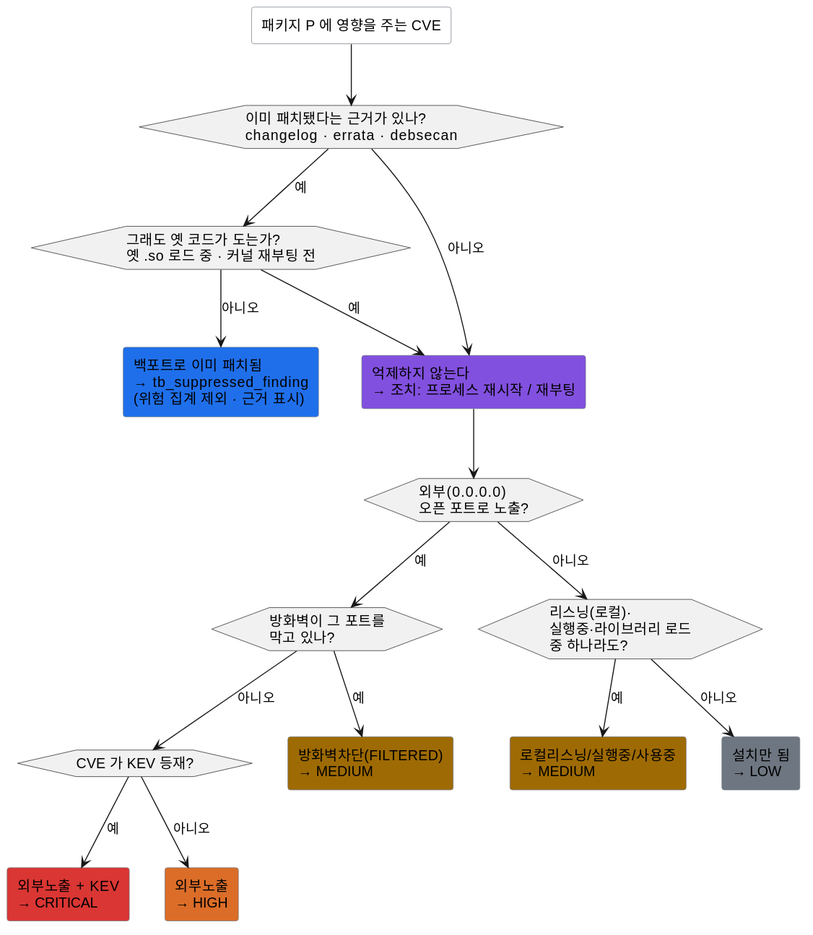
Before: docs/specs/diagrams/매처판정로직.svg, a diagram exported from PlantUML (JeongDoWook/vuln-agent).
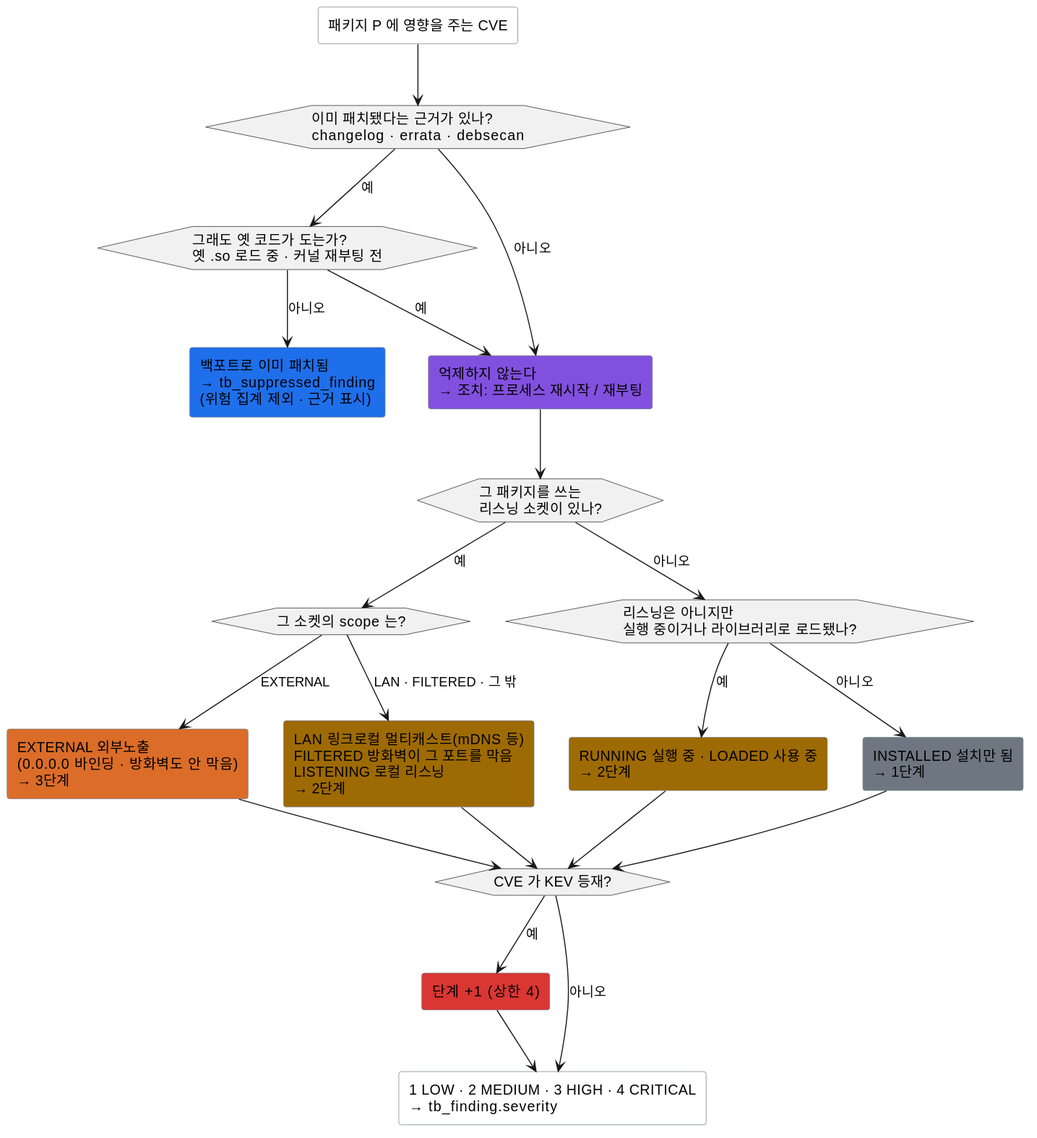
Above is the later version.

What changed in the source:
```diff
@@ -11,28 +11,38 @@
 hexagon "그래도 옛 코드가 도는가?\n옛 .so 로드 중 · 커널 재부팅 전" as STALE
 rectangle "억제하지 않는다\n→ 조치: 프로세스 재시작 / 재부팅" as KEEP #8250df
 rectangle "백포트로 이미 패치됨\n→ tb_suppressed_finding\n(위험 집계 제외 · 근거 표시)" as SUP #1f6feb
-hexagon "외부(0.0.0.0)\n오픈 포트로 노출?" as EXT
-hexagon "방화벽이 그 포트를\n막고 있나?" as FW
+
+hexagon "그 패키지를 쓰는\n리스닝 소켓이 있나?" as LE
+hexagon "그 소켓의 scope 는?" as SCOPE
+rectangle "EXTERNAL 외부노출\n(0.0.0.0 바인딩 · 방화벽도 안 막음)\n→ 3단계" as S3 #db6d28
+rectangle "LAN 링크로컬 멀티캐스트(mDNS 등)\nFILTERED 방화벽이 그 포트를 막음\nLISTENING 로컬 리스닝\n→ 2단계" as S2 #9e6a03
+hexagon "리스닝은 아니지만\n실행 중이거나 라이브러리로 로드됐나?" as USE
+rectangle "RUNNING 실행 중 · LOADED 사용 중\n→ 2단계" as S2B #9e6a03
+rectangle "INSTALLED 설치만 됨\n→ 1단계" as S1 #6e7681
+
 hexagon "CVE 가 KEV 등재?" as KEV
-rectangle "외부노출 + KEV\n→ CRITICAL" as CRIT #da3633
-rectangle "외부노출\n→ HIGH" as HIGH #db6d28
-rectangle "방화벽차단(FILTERED)\n→ MEDIUM" as FLT #9e6a03
-hexagon "리스닝(로컬)·\n실행중·라이브러리 로드\n중 하나라도?" as USE
-rectangle "로컬리스닝/실행중/사용중\n→ MEDIUM" as MED #9e6a03
-rectangle "설치만 됨\n→ LOW" as INS #6e7681
+rectangle "단계 +1 (상한 4)" as BUMP #da3633
+rectangle "1 LOW · 2 MEDIUM · 3 HIGH · 4 CRITICAL\n→ tb_finding.severity" as SEV
 
 START --> FIX
 FIX --> STALE : 예
 STALE --> KEEP : 예
 STALE --> SUP : 아니오
 FIX --> KEEP : 아니오
-KEEP --> EXT
-EXT --> FW : 예
-FW --> KEV : 아니오
-KEV --> CRIT : 예
-KEV --> HIGH : 아니오
-FW --> FLT : 예
-EXT --> USE : 아니오
-USE --> MED : 예
-USE --> INS : 아니오
+
+KEEP --> LE
+LE --> SCOPE : 예
+SCOPE --> S3 : EXTERNAL
+SCOPE --> S2 : LAN · FILTERED · 그 밖
+LE --> USE : 아니오
+USE --> S2B : 예
+USE --> S1 : 아니오
+
+S3  --> KEV
+S2  --> KEV
+S2B --> KEV
+S1  --> KEV
+KEV --> BUMP : 예
+BUMP --> SEV
+KEV --> SEV : 아니오
 @enduml
```
